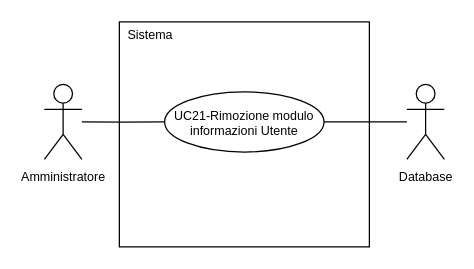
SnakeByteTeam/snakebyteteam.github.io keeps this draw.io diagram as 2-RTB/Documenti_esterni/Analisi_dei_requisiti/draw.io/UC21.drawio. Above is the earlier version. Source tidied: cells renumbered, new cells numbered last; positions are measured from the earlier drawing's top-left corner, leaving out a move shared by most shapes. Both pictures are drawn from the tidied source at 125%, with x=0, y=0 at pixel (44, 21).
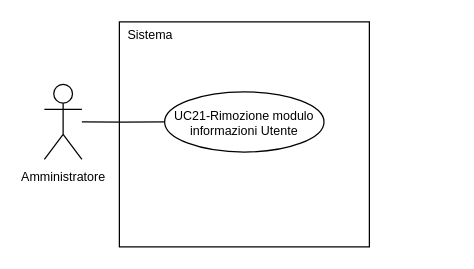
The same page after the edit.

What changed in the source:
```diff
@@
 <mxGraphModel>
   <root>
     <mxCell id="0" />
     <mxCell id="1" parent="0" />
     <mxCell id="2" value="&lt;font style=&quot;font-size: 10px; line-height: 100%;&quot;&gt;Amministratore&lt;/font&gt;" style="shape=umlActor;verticalLabelPosition=bottom;verticalAlign=top;html=1;outlineConnect=0;" parent="1" vertex="1">
       <mxGeometry y="50" width="30" height="60" as="geometry" />
     </mxCell>
     <mxCell id="3" style="rounded=0;whiteSpace=wrap;html=1;" parent="1" vertex="1">
       <mxGeometry x="60" width="200" height="180" as="geometry" />
     </mxCell>
     <mxCell id="4" style="edgeStyle=orthogonalEdgeStyle;rounded=0;jettySize=auto;html=1;exitX=0;exitY=0.5;exitDx=0;exitDy=0;endArrow=none;endFill=0;" parent="1" edge="1" source="5" target="2">
       <mxGeometry relative="1" as="geometry" />
     </mxCell>
     <mxCell id="5" value="&lt;div style=&quot;line-height: 100%;&quot;&gt;&lt;font style=&quot;line-height: 100%; font-size: 10px;&quot;&gt;UC21-Rimozione modulo&lt;/font&gt;&lt;/div&gt;&lt;div style=&quot;line-height: 100%;&quot;&gt;&lt;font style=&quot;line-height: 100%; font-size: 10px;&quot;&gt;informazioni Utente&lt;/font&gt;&lt;/div&gt;" style="ellipse;whiteSpace=wrap;html=1;" parent="1" vertex="1">
       <mxGeometry x="96.2" y="56" width="127.5" height="48.1" as="geometry" />
     </mxCell>
     <mxCell id="6" value="&lt;font style=&quot;font-size: 10px;&quot;&gt;Sistema&lt;/font&gt;" style="text;html=1;whiteSpace=wrap;strokeColor=none;fillColor=none;align=center;verticalAlign=middle;rounded=0;" parent="1" vertex="1">
       <mxGeometry x="60" width="50" height="20" as="geometry" />
     </mxCell>
-    <mxCell id="7" style="edgeStyle=orthogonalEdgeStyle;rounded=0;jettySize=auto;html=1;entryX=1;entryY=0.5;entryDx=0;entryDy=0;endArrow=none;endFill=0;" parent="1" edge="1" source="8" target="5">
-      <mxGeometry relative="1" as="geometry" />
-    </mxCell>
-    <mxCell id="8" value="&lt;font style=&quot;font-size: 10px; line-height: 100%;&quot;&gt;Database&lt;/font&gt;" style="shape=umlActor;verticalLabelPosition=bottom;verticalAlign=top;html=1;outlineConnect=0;" parent="1" vertex="1">
-      <mxGeometry x="290" y="50" width="30" height="60" as="geometry" />
-    </mxCell>
   </root>
 </mxGraphModel>
```
